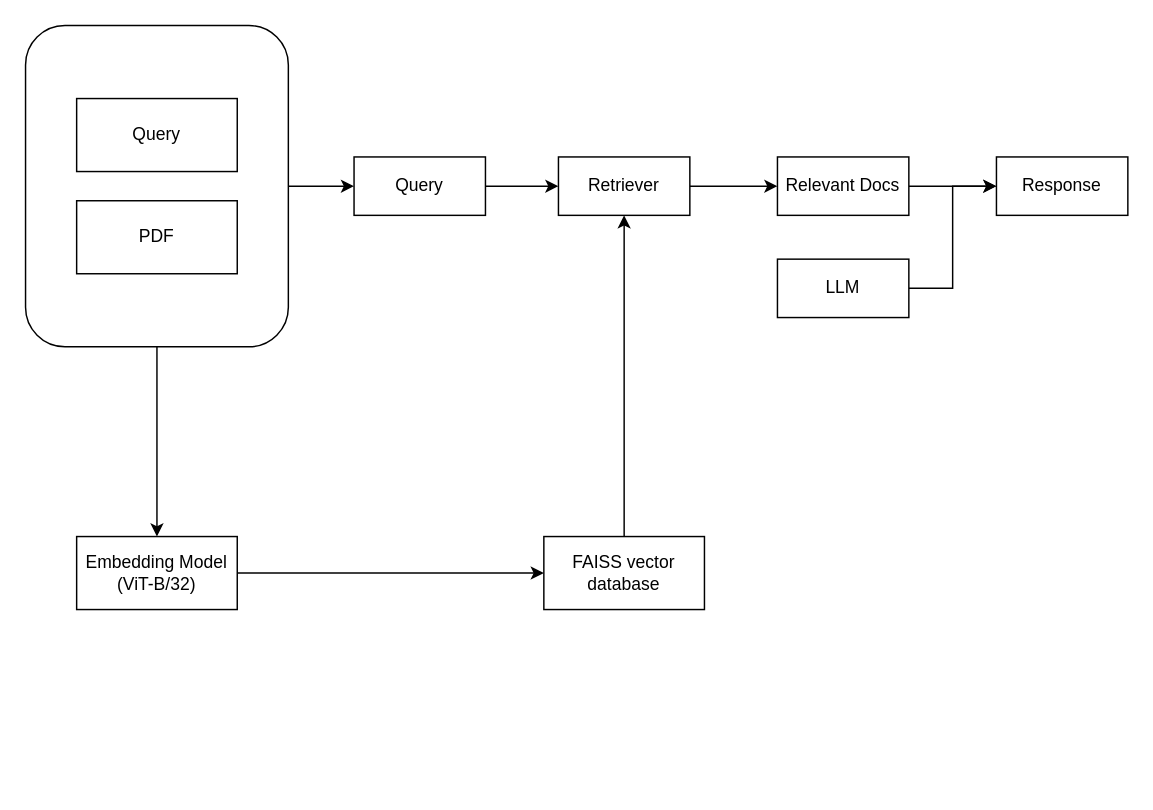
Earlier version of the draw.io diagram AIThinking_algo.drawio (ht-N/AIThinking). Source tidied: cells renumbered, new cells numbered last; positions are measured from the earlier drawing's top-left corner, leaving out a move shared by most shapes. Both pictures are drawn from the tidied source at 146%, with x=0, y=0 at pixel (25, 25).
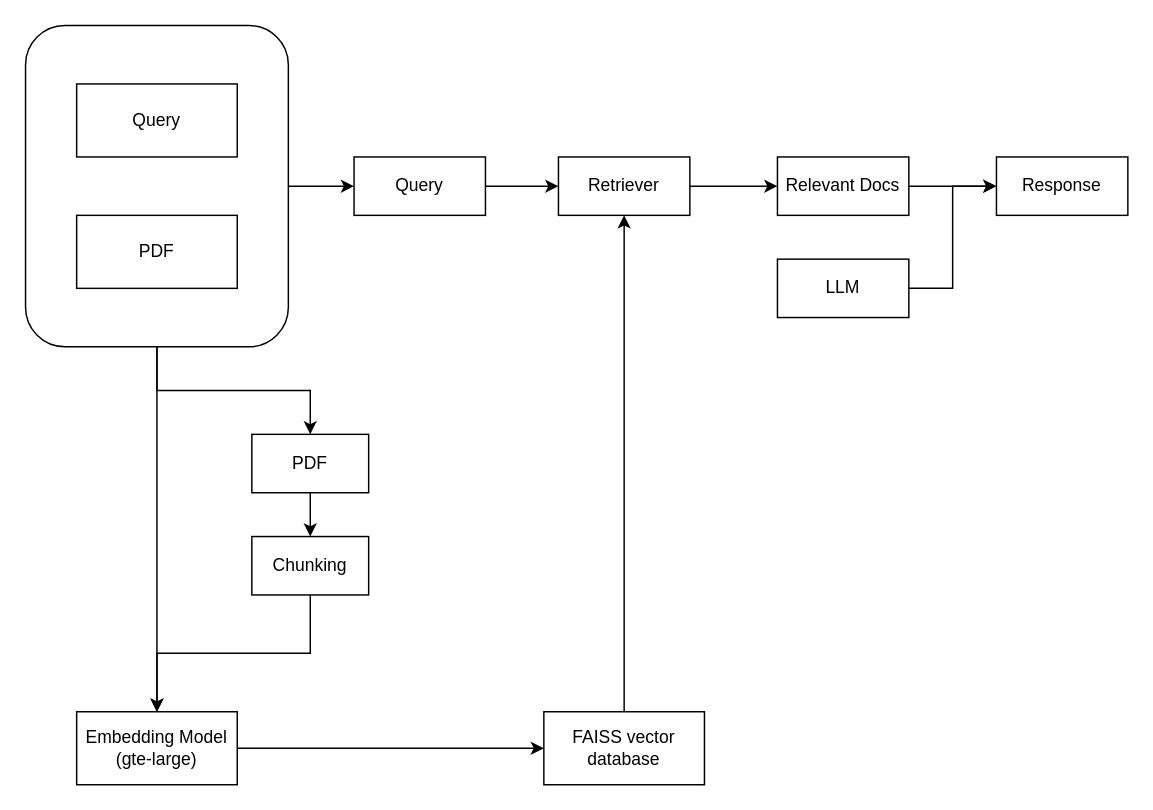
Above is the later version.

Unchanged cells that the change refers to:
```xml
<mxCell id="4" style="rounded=1;whiteSpace=wrap;html=1;" parent="1" vertex="1">
  <mxGeometry width="180" height="220" as="geometry" />
</mxCell>
```

What changed in the source:
```diff
@@
+    <mxCell id="20" style="edgeStyle=orthogonalEdgeStyle;rounded=0;jettySize=auto;html=1;exitX=0.5;exitY=1;exitDx=0;exitDy=0;entryX=0.5;entryY=0;entryDx=0;entryDy=0;" parent="1" edge="1" source="4" target="22">
+      <mxGeometry relative="1" as="geometry" />
+    </mxCell>
@@
     <mxCell id="5" value="Query" style="rounded=0;whiteSpace=wrap;html=1;" parent="1" vertex="1">
-      <mxGeometry x="35" y="50" width="110" height="50" as="geometry" />
+      <mxGeometry x="35" y="40" width="110" height="50" as="geometry" />
     </mxCell>
     <mxCell id="6" value="PDF" style="rounded=0;whiteSpace=wrap;html=1;" parent="1" vertex="1">
-      <mxGeometry x="35" y="120" width="110" height="50" as="geometry" />
+      <mxGeometry x="35" y="130" width="110" height="50" as="geometry" />
     </mxCell>
@@
-    <mxCell id="8" value="Embedding Model&lt;div&gt;(ViT-B/32)&lt;/div&gt;" style="rounded=0;whiteSpace=wrap;html=1;" parent="1" vertex="1">
-      <mxGeometry x="35" y="350" width="110" height="50" as="geometry" />
+    <mxCell id="8" value="Embedding Model&lt;div&gt;(gte-large)&lt;/div&gt;" style="rounded=0;whiteSpace=wrap;html=1;" parent="1" vertex="1">
+      <mxGeometry x="35" y="470" width="110" height="50" as="geometry" />
     </mxCell>
@@
     <mxCell id="10" value="FAISS vector database" style="rounded=0;whiteSpace=wrap;html=1;" parent="1" vertex="1">
-      <mxGeometry x="355" y="350" width="110" height="50" as="geometry" />
+      <mxGeometry x="355" y="470" width="110" height="50" as="geometry" />
     </mxCell>
@@
+    <mxCell id="21" style="edgeStyle=orthogonalEdgeStyle;rounded=0;jettySize=auto;html=1;exitX=0.5;exitY=1;exitDx=0;exitDy=0;entryX=0.5;entryY=0;entryDx=0;entryDy=0;" parent="1" edge="1" source="22" target="24">
+      <mxGeometry relative="1" as="geometry" />
+    </mxCell>
+    <mxCell id="22" value="PDF" style="rounded=0;whiteSpace=wrap;html=1;" parent="1" vertex="1">
+      <mxGeometry x="155" y="280" width="80" height="40" as="geometry" />
+    </mxCell>
+    <mxCell id="23" style="edgeStyle=orthogonalEdgeStyle;rounded=0;jettySize=auto;html=1;exitX=0.5;exitY=1;exitDx=0;exitDy=0;entryX=0.5;entryY=0;entryDx=0;entryDy=0;" parent="1" edge="1" source="24" target="8">
+      <mxGeometry relative="1" as="geometry" />
+    </mxCell>
+    <mxCell id="24" value="Chunking" style="rounded=0;whiteSpace=wrap;html=1;" parent="1" vertex="1">
+      <mxGeometry x="155" y="350" width="80" height="40" as="geometry" />
+    </mxCell>
```
